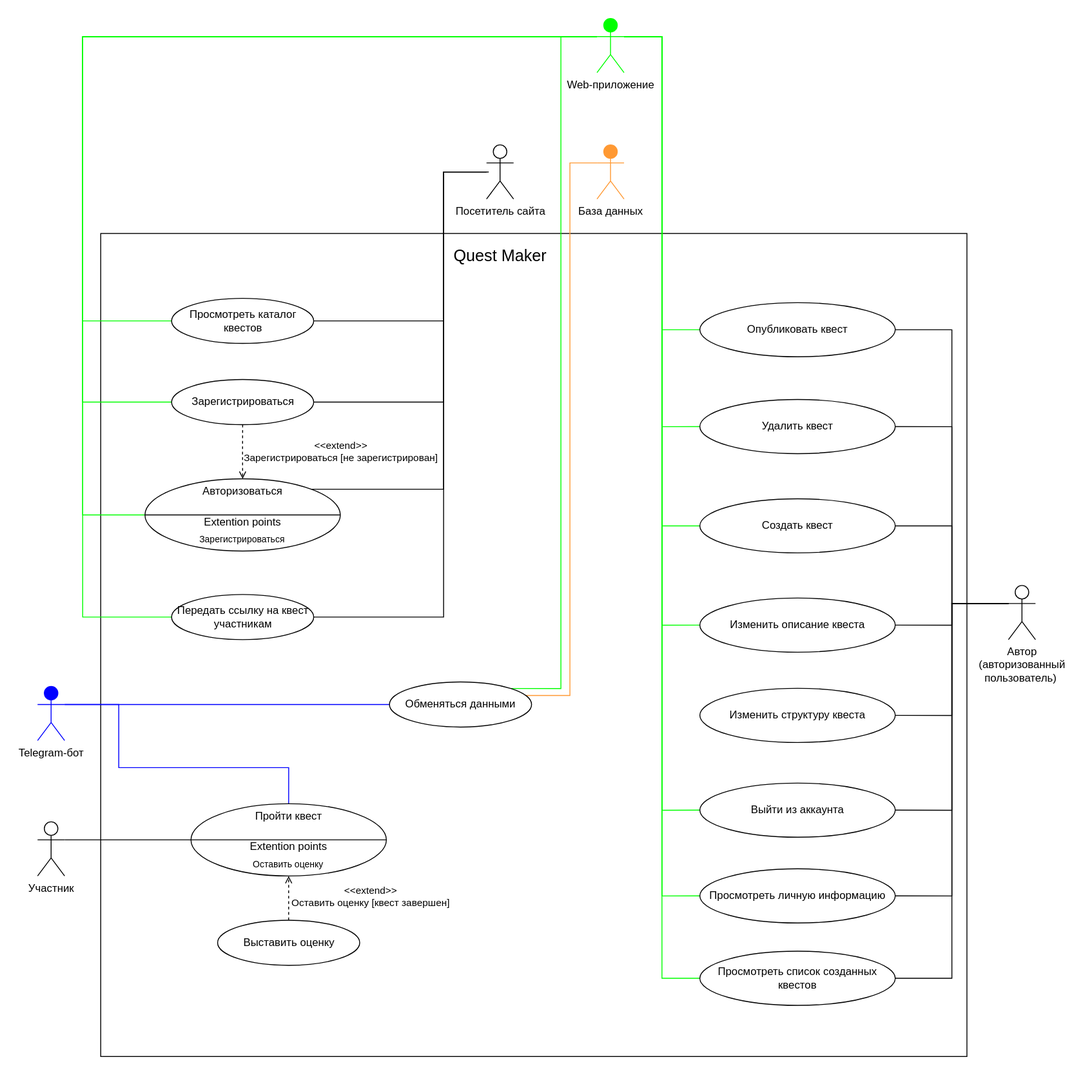
Earlier version of the draw.io export functional_requirements.svg (Quest-maker-team/Docs). Source tidied: cells renumbered, new cells last; positions are measured from the earlier drawing's top-left corner, leaving out a move shared by most shapes.
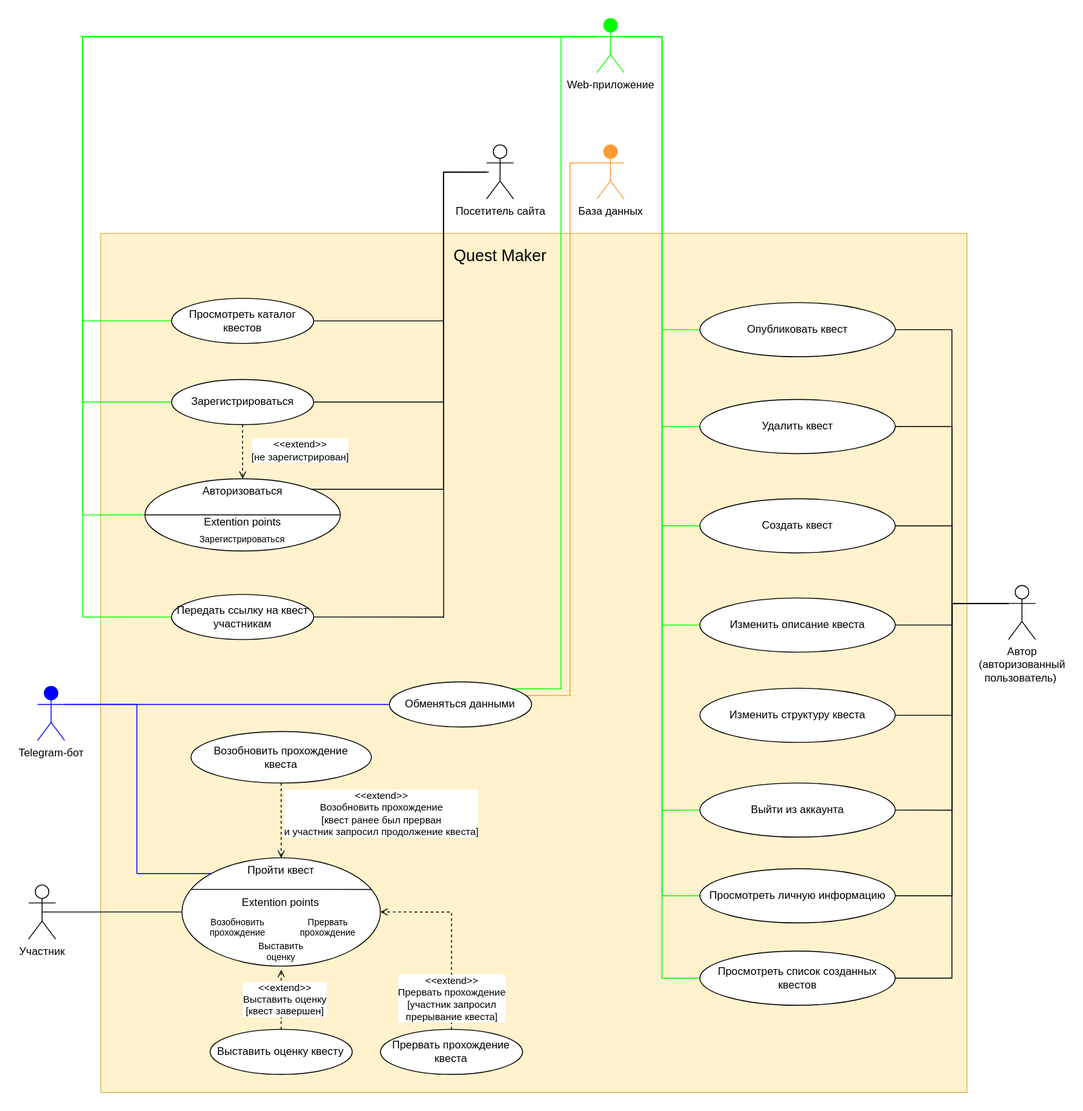
After the change.

Diff of the diagram source:
```diff
@@ -2,8 +2,8 @@
   <root>
     <mxCell id="0" />
     <mxCell id="1" parent="0" />
-    <mxCell id="2" style="rounded=0;whiteSpace=wrap;html=1;fontFamily=Helvetica;fontSize=11;fontColor=default;" parent="1" vertex="1">
-      <mxGeometry x="70" y="238.2" width="960" height="911.8" as="geometry" />
+    <mxCell id="2" style="rounded=0;whiteSpace=wrap;html=1;fontFamily=Helvetica;fontSize=11;fillColor=#fff2cc;strokeColor=#d6b656;" parent="1" vertex="1">
+      <mxGeometry x="70" y="238.2" width="960" height="951.8" as="geometry" />
     </mxCell>
     <mxCell id="3" style="edgeStyle=orthogonalEdgeStyle;shape=connector;rounded=0;jettySize=auto;html=1;exitX=1;exitY=0.3333333333333333;exitDx=0;exitDy=0;exitPerimeter=0;entryX=0;entryY=0.5;entryDx=0;entryDy=0;labelBackgroundColor=default;strokeColor=#0000FF;align=center;verticalAlign=middle;fontFamily=Helvetica;fontSize=11;fontColor=default;endArrow=none;endFill=0;" parent="1" edge="1" source="4" target="20">
       <mxGeometry relative="1" as="geometry">
@@ -12,6 +12,14 @@
         </Array>
       </mxGeometry>
     </mxCell>
+    <mxCell id="66" style="edgeStyle=orthogonalEdgeStyle;shape=connector;rounded=0;jettySize=auto;html=1;exitX=1;exitY=0.3333333333333333;exitDx=0;exitDy=0;exitPerimeter=0;entryX=0;entryY=0;entryDx=0;entryDy=0;labelBackgroundColor=default;strokeColor=#0000FF;align=center;verticalAlign=middle;fontFamily=Helvetica;fontSize=11;fontColor=default;endArrow=none;endFill=0;" parent="1" edge="1" source="4" target="62">
+      <mxGeometry relative="1" as="geometry">
+        <Array as="points">
+          <mxPoint x="110" y="760" />
+          <mxPoint x="110" y="948" />
+        </Array>
+      </mxGeometry>
+    </mxCell>
     <mxCell id="4" value="Telegram-бот" style="shape=umlActor;verticalLabelPosition=bottom;verticalAlign=top;html=1;outlineConnect=0;strokeColor=#0000FF;fillColor=#0000FF;" parent="1" vertex="1">
       <mxGeometry y="740" width="30" height="60" as="geometry" />
     </mxCell>
@@ -94,12 +102,6 @@
     <mxCell id="20" value="Обменяться данными" style="ellipse;whiteSpace=wrap;html=1;" parent="1" vertex="1">
       <mxGeometry x="390" y="735" width="157.5" height="50" as="geometry" />
     </mxCell>
-    <mxCell id="21" style="rounded=0;jettySize=auto;html=1;entryX=0;entryY=0.5;entryDx=0;entryDy=0;endArrow=none;endFill=0;exitX=1;exitY=0.3333333333333333;exitDx=0;exitDy=0;exitPerimeter=0;edgeStyle=orthogonalEdgeStyle;" parent="1" edge="1" source="22" target="62">
-      <mxGeometry relative="1" as="geometry" />
-    </mxCell>
-    <mxCell id="22" value="Участник" style="shape=umlActor;verticalLabelPosition=bottom;verticalAlign=top;html=1;outlineConnect=0;" parent="1" vertex="1">
-      <mxGeometry y="890" width="30" height="60" as="geometry" />
-    </mxCell>
     <mxCell id="23" style="edgeStyle=orthogonalEdgeStyle;rounded=0;jettySize=auto;html=1;endArrow=none;endFill=0;entryX=1;entryY=0.5;entryDx=0;entryDy=0;" parent="1" edge="1" target="38">
       <mxGeometry relative="1" as="geometry">
         <mxPoint x="500" y="170" as="sourcePoint" />
@@ -131,9 +133,9 @@
     <mxCell id="27" style="edgeStyle=orthogonalEdgeStyle;rounded=0;jettySize=auto;html=1;entryX=0.5;entryY=0;entryDx=0;entryDy=0;endArrow=open;endFill=0;dashed=1;" parent="1" edge="1" source="29" target="33">
       <mxGeometry relative="1" as="geometry" />
     </mxCell>
-    <mxCell id="28" value="&amp;lt;&amp;lt;extend&amp;gt;&amp;gt;&lt;br&gt;Зарегистрироваться [не зарегистрирован]" style="edgeLabel;html=1;align=center;verticalAlign=middle;labelBackgroundColor=none;" parent="27" vertex="1">
+    <mxCell id="28" value="&amp;lt;&amp;lt;extend&amp;gt;&amp;gt;&lt;br&gt;[не зарегистрирован]" style="edgeLabel;html=1;align=center;verticalAlign=middle;labelBackgroundColor=default;" parent="27" vertex="1">
       <mxGeometry x="-0.13" relative="1" as="geometry">
-        <mxPoint x="108" y="3" as="offset" />
+        <mxPoint x="63" y="3" as="offset" />
       </mxGeometry>
     </mxCell>
     <mxCell id="29" value="Зарегистрироваться" style="ellipse;whiteSpace=wrap;html=1;" parent="1" vertex="1">
@@ -172,21 +174,6 @@
     <mxCell id="38" value="Передать ссылку на квест&lt;br&gt;участникам" style="ellipse;whiteSpace=wrap;html=1;" parent="1" vertex="1">
       <mxGeometry x="148.5" y="638.2" width="157.5" height="50" as="geometry" />
     </mxCell>
-    <mxCell id="39" style="edgeStyle=orthogonalEdgeStyle;shape=connector;rounded=0;jettySize=auto;html=1;exitX=0.5;exitY=0;exitDx=0;exitDy=0;labelBackgroundColor=default;strokeColor=#0000FF;align=center;verticalAlign=middle;fontFamily=Helvetica;fontSize=11;fontColor=default;endArrow=none;endFill=0;entryX=1;entryY=0.3333333333333333;entryDx=0;entryDy=0;entryPerimeter=0;" parent="1" edge="1" source="62" target="4">
-      <mxGeometry relative="1" as="geometry">
-        <Array as="points">
-          <mxPoint x="278" y="830" />
-          <mxPoint x="90" y="830" />
-          <mxPoint x="90" y="760" />
-        </Array>
-      </mxGeometry>
-    </mxCell>
-    <mxCell id="40" style="edgeStyle=orthogonalEdgeStyle;rounded=0;jettySize=auto;html=1;exitX=0.5;exitY=0;exitDx=0;exitDy=0;entryX=0.5;entryY=1;entryDx=0;entryDy=0;endArrow=open;endFill=0;dashed=1;" parent="1" edge="1" source="41" target="63">
-      <mxGeometry relative="1" as="geometry" />
-    </mxCell>
-    <mxCell id="41" value="Выставить оценку" style="ellipse;whiteSpace=wrap;html=1;" parent="1" vertex="1">
-      <mxGeometry x="199.5" y="999" width="157.5" height="50" as="geometry" />
-    </mxCell>
     <mxCell id="42" value="Quest Maker" style="text;html=1;strokeColor=none;fillColor=none;align=center;verticalAlign=middle;whiteSpace=wrap;rounded=0;fontSize=18;" parent="1" vertex="1">
       <mxGeometry x="447.6" y="248.2" width="130" height="30" as="geometry" />
     </mxCell>
@@ -241,23 +228,65 @@
     <mxCell id="59" value="Просмотреть список созданных квестов" style="ellipse;whiteSpace=wrap;html=1;labelPosition=center;verticalLabelPosition=middle;align=center;verticalAlign=middle;" parent="1" vertex="1">
       <mxGeometry x="734" y="1033.3" width="216.6" height="60" as="geometry" />
     </mxCell>
-    <mxCell id="60" value="&amp;lt;&amp;lt;extend&amp;gt;&amp;gt;&lt;br&gt;Оставить оценку [квест завершен]" style="edgeLabel;html=1;align=center;verticalAlign=middle;labelBackgroundColor=none;" parent="1" vertex="1">
-      <mxGeometry x="368.3" y="972.1" as="geometry" />
-    </mxCell>
-    <mxCell id="61" style="group;verticalAlign=top;" parent="1" vertex="1">
-      <mxGeometry x="170" y="870" width="216.6" height="80" as="geometry" />
-    </mxCell>
+    <mxCell id="21" style="edgeStyle=orthogonalEdgeStyle;rounded=0;jettySize=auto;html=1;entryX=0;entryY=0.5;entryDx=0;entryDy=0;endArrow=none;endFill=0;exitX=0.5;exitY=0.5;exitDx=0;exitDy=0;exitPerimeter=0;" parent="1" edge="1" source="22" target="62">
+      <mxGeometry relative="1" as="geometry" />
+    </mxCell>
+    <mxCell id="22" value="Участник" style="shape=umlActor;verticalLabelPosition=bottom;verticalAlign=top;html=1;outlineConnect=0;" parent="1" vertex="1">
+      <mxGeometry x="-10" y="960" width="30" height="60" as="geometry" />
+    </mxCell>
+    <mxCell id="67" style="edgeStyle=orthogonalEdgeStyle;rounded=0;jettySize=auto;html=1;entryX=0.5;entryY=1;entryDx=0;entryDy=0;dashed=1;endArrow=open;endFill=0;" parent="1" edge="1" source="68" target="41">
+      <mxGeometry relative="1" as="geometry" />
+    </mxCell>
+    <mxCell id="68" value="Выставить оценку квесту" style="ellipse;whiteSpace=wrap;html=1;" parent="1" vertex="1">
+      <mxGeometry x="191.2" y="1120" width="157.5" height="50" as="geometry" />
+    </mxCell>
+    <mxCell id="69" value="&amp;lt;&amp;lt;extend&amp;gt;&amp;gt;&lt;br&gt;Выставить оценку&lt;br&gt;[квест завершен]" style="edgeLabel;html=1;align=center;verticalAlign=middle;labelBackgroundColor=default;" parent="1" vertex="1">
+      <mxGeometry x="280" y="1090" as="geometry">
+        <mxPoint x="-7" y="-4" as="offset" />
+      </mxGeometry>
+    </mxCell>
+    <mxCell id="70" style="group;verticalAlign=top;" parent="1" vertex="1">
+      <mxGeometry x="160" y="930" width="220" height="120" as="geometry" />
+    </mxCell>
-    <mxCell id="62" value="Пройти квест" style="ellipse;whiteSpace=wrap;html=1;labelPosition=center;verticalLabelPosition=middle;align=center;verticalAlign=top;" parent="61" vertex="1">
-      <mxGeometry width="216.6" height="80" as="geometry" />
+    <mxCell id="62" value="Пройти квест" style="ellipse;whiteSpace=wrap;html=1;labelPosition=center;verticalLabelPosition=middle;align=center;verticalAlign=top;" parent="70" vertex="1">
+      <mxGeometry width="220" height="120" as="geometry" />
     </mxCell>
-    <mxCell id="63" value="Оставить оценку" style="text;html=1;strokeColor=none;fillColor=none;align=center;verticalAlign=middle;whiteSpace=wrap;rounded=0;fontSize=10;" parent="61" vertex="1">
-      <mxGeometry x="67" y="53.3" width="82.5" height="26.7" as="geometry" />
-    </mxCell>
+    <mxCell id="41" value="Выставить оценку" style="text;html=1;strokeColor=none;fillColor=none;align=center;verticalAlign=middle;whiteSpace=wrap;rounded=0;fontSize=10;" parent="70" vertex="1">
+      <mxGeometry x="68.1" y="84" width="83.8" height="40" as="geometry" />
+    </mxCell>
-    <mxCell id="64" value="Extention points" style="text;html=1;strokeColor=none;fillColor=none;align=center;verticalAlign=middle;whiteSpace=wrap;rounded=0;" parent="61" vertex="1">
-      <mxGeometry x="32" y="34.3" width="152.6" height="26.7" as="geometry" />
+    <mxCell id="64" value="Extention points" style="text;html=1;strokeColor=none;fillColor=none;align=center;verticalAlign=middle;whiteSpace=wrap;rounded=0;" parent="70" vertex="1">
+      <mxGeometry x="32.5" y="30" width="155" height="40" as="geometry" />
     </mxCell>
-    <mxCell id="65" style="endArrow=none;html=1;rounded=0;exitX=0;exitY=0.5;exitDx=0;exitDy=0;entryX=1;entryY=0.5;entryDx=0;entryDy=0;" parent="61" edge="1" source="62" target="62">
-      <mxGeometry relative="1" as="geometry" />
-    </mxCell>
+    <mxCell id="71" style="endArrow=none;html=1;rounded=0;entryX=0.954;entryY=0.292;entryDx=0;entryDy=0;entryPerimeter=0;" parent="70" edge="1" target="62">
+      <mxGeometry relative="1" as="geometry">
+        <mxPoint x="10" y="35" as="sourcePoint" />
+      </mxGeometry>
+    </mxCell>
+    <mxCell id="72" value="Возобновить прохождение" style="text;html=1;strokeColor=none;fillColor=none;align=center;verticalAlign=middle;whiteSpace=wrap;rounded=0;fontSize=10;" parent="70" vertex="1">
+      <mxGeometry x="20" y="57" width="83.8" height="40" as="geometry" />
+    </mxCell>
+    <mxCell id="73" value="Прервать прохождение" style="text;html=1;strokeColor=none;fillColor=none;align=center;verticalAlign=middle;whiteSpace=wrap;rounded=0;fontSize=10;" parent="70" vertex="1">
+      <mxGeometry x="120" y="57" width="83.8" height="40" as="geometry" />
+    </mxCell>
+    <mxCell id="74" style="edgeStyle=orthogonalEdgeStyle;rounded=0;jettySize=auto;html=1;exitX=0.5;exitY=1;exitDx=0;exitDy=0;entryX=0.5;entryY=0;entryDx=0;entryDy=0;endArrow=open;endFill=0;dashed=1;" parent="1" edge="1" source="76" target="62">
+      <mxGeometry relative="1" as="geometry" />
+    </mxCell>
+    <mxCell id="75" value="&amp;lt;&amp;lt;extend&amp;gt;&amp;gt;&lt;br&gt;Возобновить прохождение&lt;br style=&quot;border-color: var(--border-color);&quot;&gt;[квест ранее был прерван&lt;br&gt;и участник запросил продолжение квеста]" style="edgeLabel;html=1;align=center;verticalAlign=middle;fontSize=11;fontFamily=Helvetica;fontColor=default;" parent="74" vertex="1">
+      <mxGeometry x="0.2" relative="1" as="geometry">
+        <mxPoint x="110" y="-16" as="offset" />
+      </mxGeometry>
+    </mxCell>
+    <mxCell id="76" value="Возобновить прохождение&lt;br&gt;квеста" style="ellipse;whiteSpace=wrap;html=1;" parent="1" vertex="1">
+      <mxGeometry x="170" y="790" width="200" height="57.1" as="geometry" />
+    </mxCell>
+    <mxCell id="77" style="edgeStyle=orthogonalEdgeStyle;shape=connector;rounded=0;jettySize=auto;html=1;exitX=0.5;exitY=0;exitDx=0;exitDy=0;entryX=1;entryY=0.5;entryDx=0;entryDy=0;dashed=1;labelBackgroundColor=default;strokeColor=default;align=center;verticalAlign=middle;fontFamily=Helvetica;fontSize=11;fontColor=default;endArrow=open;endFill=0;" parent="1" edge="1" source="79" target="62">
+      <mxGeometry relative="1" as="geometry" />
+    </mxCell>
+    <mxCell id="78" value="&amp;lt;&amp;lt;extend&amp;gt;&amp;gt;&lt;br&gt;Прервать прохождение&lt;br style=&quot;border-color: var(--border-color);&quot;&gt;[участник запросил&lt;br&gt;прерывание квеста]" style="edgeLabel;html=1;align=center;verticalAlign=middle;fontSize=11;fontFamily=Helvetica;fontColor=default;" parent="77" vertex="1">
+      <mxGeometry x="-0.66" y="1" relative="1" as="geometry" />
+    </mxCell>
+    <mxCell id="79" value="Прервать прохождение&lt;br&gt;квеста" style="ellipse;whiteSpace=wrap;html=1;" parent="1" vertex="1">
+      <mxGeometry x="380" y="1120" width="157.5" height="50" as="geometry" />
+    </mxCell>
   </root>
 </mxGraphModel>
```
